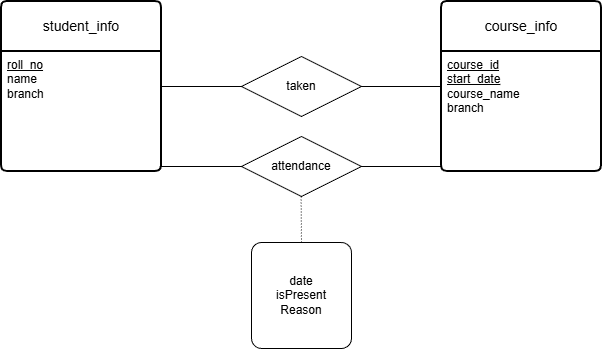
Above: ERDiagram.png in vanshpal122/Student-Attendance-Management-System (draw.io), before the change. Source tidied: cells renumbered, new cells last; positions are measured from the earlier drawing's top-left corner, leaving out a move shared by most shapes. Source of this version:
```xml
<mxGraphModel>
  <root>
    <mxCell id="0" />
    <mxCell id="1" parent="0" />
    <mxCell id="2" value="student_info" style="swimlane;horizontal=1;startSize=50;rounded=1;fontSize=14;fontStyle=0;strokeWidth=2;shadow=0;dashed=0;align=center;arcSize=4;whiteSpace=wrap;html=1;" parent="1" vertex="1">
      <mxGeometry width="160" height="170" as="geometry" />
    </mxCell>
    <mxCell id="3" value="&lt;u&gt;roll_no&lt;/u&gt;&lt;div&gt;name&lt;/div&gt;&lt;div&gt;branch&lt;/div&gt;" style="align=left;strokeColor=none;fillColor=none;spacingLeft=4;spacingRight=4;fontSize=12;verticalAlign=top;html=1;whiteSpace=wrap;" parent="2" vertex="1">
      <mxGeometry y="50" width="160" height="120" as="geometry" />
    </mxCell>
    <mxCell id="4" value="course_info" style="swimlane;horizontal=1;startSize=50;rounded=1;fontSize=14;fontStyle=0;strokeWidth=2;shadow=0;dashed=0;align=center;arcSize=4;whiteSpace=wrap;html=1;" parent="1" vertex="1">
      <mxGeometry x="440" width="160" height="170" as="geometry" />
    </mxCell>
    <mxCell id="5" value="&lt;u&gt;course_id&lt;/u&gt;&lt;div&gt;&lt;u&gt;start_date&lt;br&gt;&lt;/u&gt;&lt;div&gt;course_name&lt;/div&gt;&lt;div&gt;branch&lt;/div&gt;&lt;/div&gt;" style="align=left;strokeColor=none;fillColor=none;spacingLeft=4;spacingRight=4;fontSize=12;verticalAlign=top;html=1;whiteSpace=wrap;" parent="4" vertex="1">
      <mxGeometry y="50" width="160" height="120" as="geometry" />
    </mxCell>
    <mxCell id="6" style="line;strokeWidth=1;dashed=0;labelPosition=right;align=left;verticalAlign=middle;spacingTop=0;spacingLeft=6;" parent="1" vertex="1">
      <mxGeometry x="160" y="80" width="80" height="10" as="geometry" />
    </mxCell>
    <mxCell id="7" style="line;strokeWidth=1;dashed=0;labelPosition=right;align=left;verticalAlign=middle;spacingTop=0;spacingLeft=6;" parent="1" vertex="1">
      <mxGeometry x="360" y="80" width="80" height="10" as="geometry" />
    </mxCell>
    <mxCell id="8" value="taken" style="shape=rhombus;perimeter=rhombusPerimeter;whiteSpace=wrap;html=1;align=center;" parent="1" vertex="1">
      <mxGeometry x="240" y="55" width="120" height="60" as="geometry" />
    </mxCell>
    <mxCell id="9" value="attendance" style="shape=rhombus;perimeter=rhombusPerimeter;whiteSpace=wrap;html=1;align=center;" parent="1" vertex="1">
      <mxGeometry x="240" y="135" width="120" height="60" as="geometry" />
    </mxCell>
    <mxCell id="10" style="line;strokeWidth=1;dashed=0;labelPosition=right;align=left;verticalAlign=middle;spacingTop=0;spacingLeft=6;" parent="1" vertex="1">
      <mxGeometry x="160" y="160" width="80" height="10" as="geometry" />
    </mxCell>
    <mxCell id="11" style="line;strokeWidth=1;dashed=0;labelPosition=right;align=left;verticalAlign=middle;spacingTop=0;spacingLeft=6;" parent="1" vertex="1">
      <mxGeometry x="360" y="160" width="80" height="10" as="geometry" />
    </mxCell>
    <mxCell id="12" style="endArrow=none;html=1;rounded=0;dashed=1;dashPattern=1 2;" parent="1" edge="1">
      <mxGeometry relative="1" as="geometry">
        <mxPoint x="299.6" y="195" as="sourcePoint" />
        <mxPoint x="300" y="245" as="targetPoint" />
      </mxGeometry>
    </mxCell>
    <mxCell id="13" style="html=1;whiteSpace=wrap;align=left;verticalAlign=bottom;" parent="12" vertex="1">
      <mxGeometry x="-1" relative="1" as="geometry" />
    </mxCell>
    <mxCell id="14" style="html=1;whiteSpace=wrap;align=right;verticalAlign=bottom;" parent="12" vertex="1">
      <mxGeometry x="1" relative="1" as="geometry" />
    </mxCell>
    <mxCell id="15" value="date&lt;div&gt;isPresent&lt;/div&gt;&lt;div&gt;Reason&lt;/div&gt;" style="rounded=1;arcSize=10;whiteSpace=wrap;html=1;align=center;" parent="1" vertex="1">
      <mxGeometry x="250" y="241" width="100" height="106" as="geometry" />
    </mxCell>
  </root>
</mxGraphModel>
```
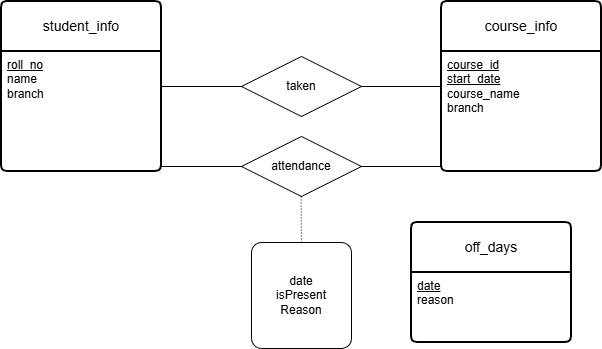
After the change.

Diff of the diagram source:
```diff
@@ -47,5 +47,11 @@
     <mxCell id="15" value="date&lt;div&gt;isPresent&lt;/div&gt;&lt;div&gt;Reason&lt;/div&gt;" style="rounded=1;arcSize=10;whiteSpace=wrap;html=1;align=center;" parent="1" vertex="1">
       <mxGeometry x="250" y="241" width="100" height="106" as="geometry" />
     </mxCell>
+    <mxCell id="16" value="off_days" style="swimlane;horizontal=1;startSize=50;rounded=1;fontSize=14;fontStyle=0;strokeWidth=2;shadow=0;dashed=0;align=center;arcSize=4;whiteSpace=wrap;html=1;" parent="1" vertex="1">
+      <mxGeometry x="410" y="221" width="160" height="120" as="geometry" />
+    </mxCell>
+    <mxCell id="17" value="&lt;u&gt;date&lt;/u&gt;&lt;div&gt;reason&lt;/div&gt;" style="align=left;strokeColor=none;fillColor=none;spacingLeft=4;spacingRight=4;fontSize=12;verticalAlign=top;html=1;whiteSpace=wrap;" parent="16" vertex="1">
+      <mxGeometry y="50" width="160" height="70" as="geometry" />
+    </mxCell>
   </root>
 </mxGraphModel>
```
